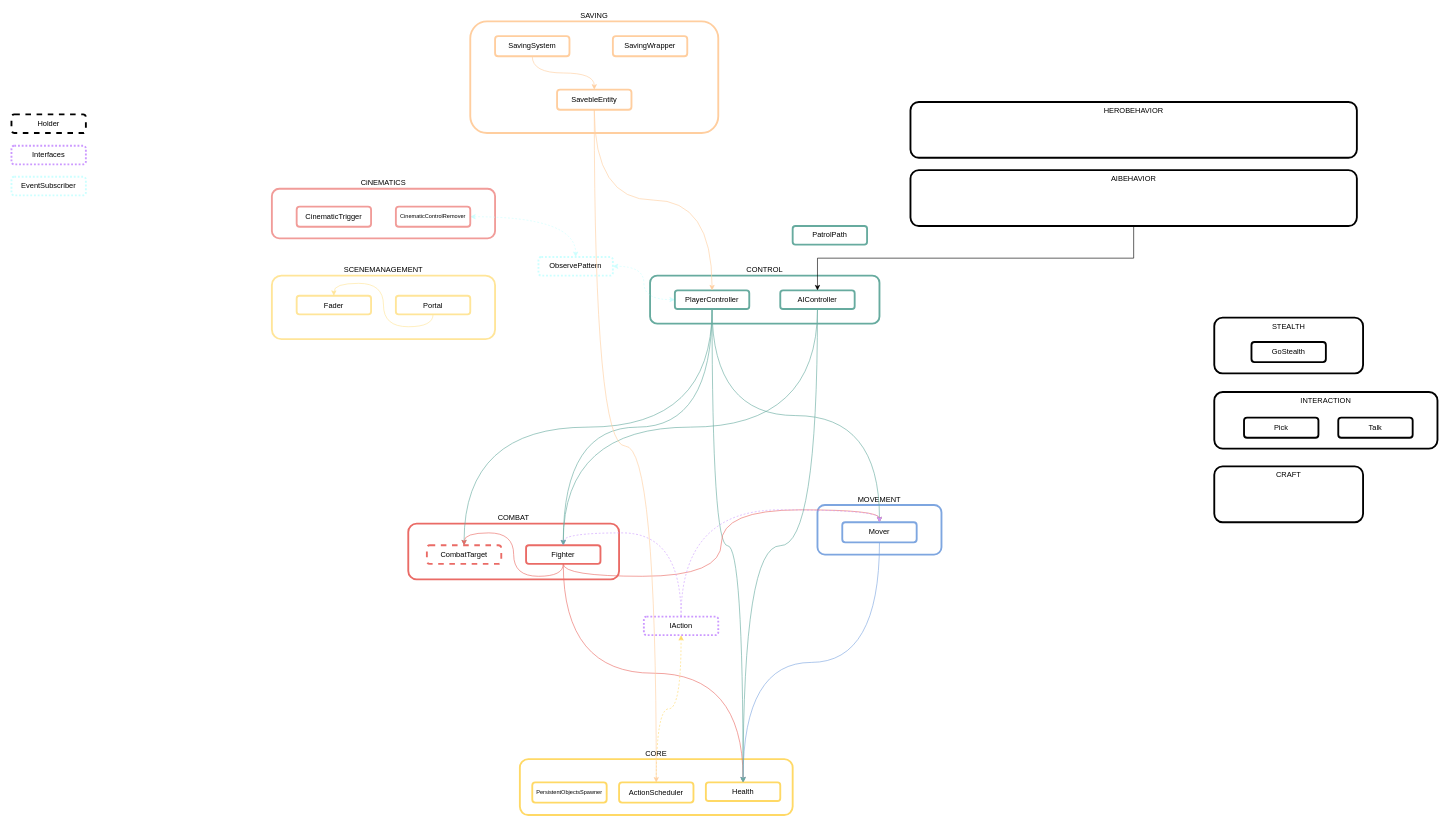
rafaelmmedeiros/Mount-Mortem-Mystery keeps this draw.io diagram as _Docs/Architecture.drawio. Above is the earlier version. Source tidied: cells renumbered, new cells numbered last; positions are measured from the earlier drawing's top-left corner, leaving out a move shared by most shapes. Both pictures are drawn from the tidied source at 62%, with x=0, y=0 at pixel (11, 21).
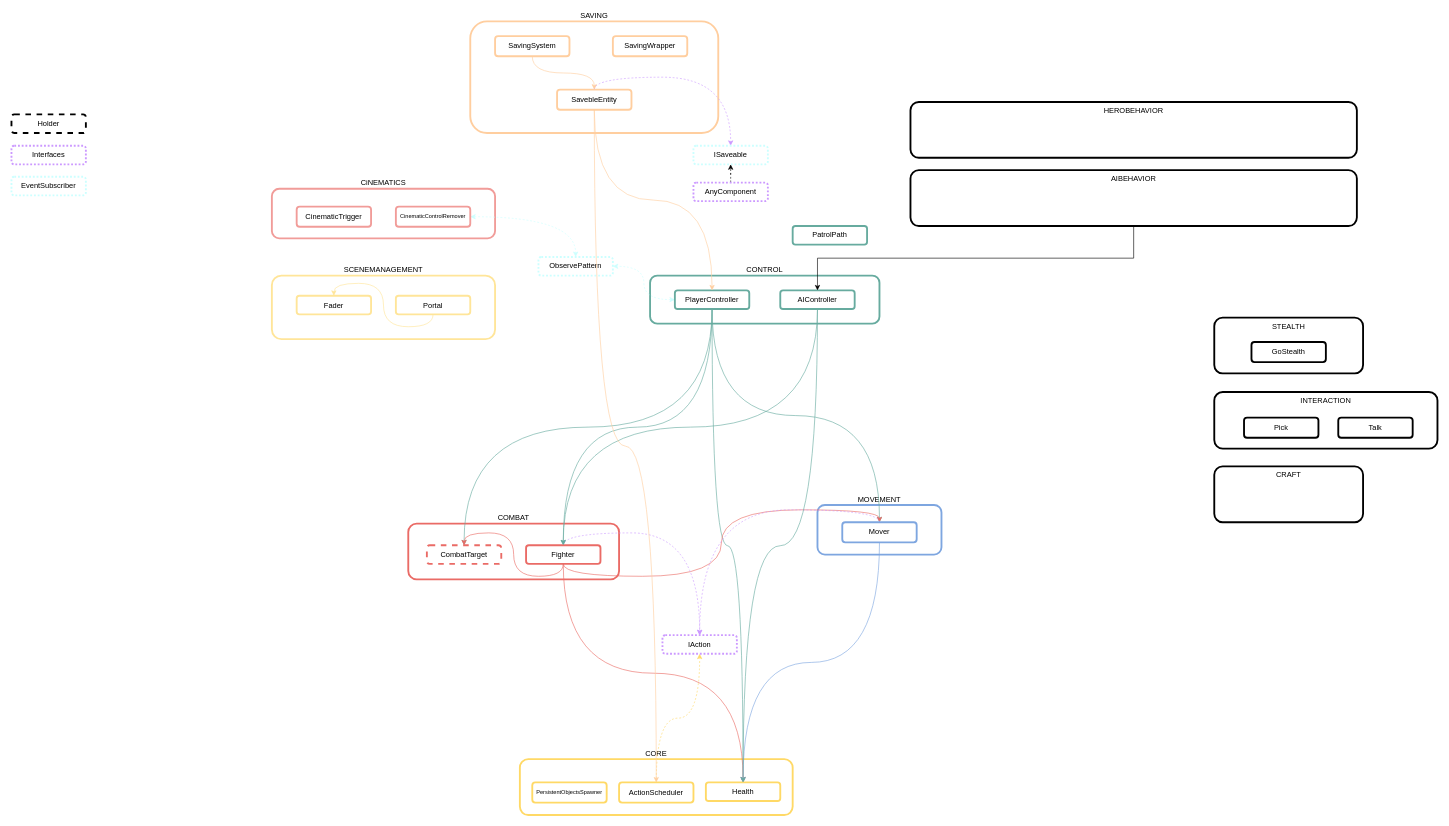
The same diagram, later.

Unchanged cells that the change refers to:
```xml
<mxCell id="16" value="Fighter" style="rounded=1;whiteSpace=wrap;html=1;strokeWidth=3;strokeColor=#EA6B66;" parent="1" vertex="1">
  <mxGeometry x="830" y="845" width="120" height="30" as="geometry" />
</mxCell>
<mxCell id="18" value="Mover" style="rounded=1;whiteSpace=wrap;html=1;strokeWidth=3;strokeColor=#7EA6E0;" parent="1" vertex="1">
  <mxGeometry x="1340" y="807.8" width="120" height="32.5" as="geometry" />
</mxCell>
<mxCell id="56" value="SavebleEntity" style="rounded=1;whiteSpace=wrap;html=1;strokeWidth=3;verticalAlign=middle;strokeColor=#FFCE9F;" parent="1" vertex="1">
  <mxGeometry x="880" y="110" width="120" height="32.5" as="geometry" />
</mxCell>
```

What changed in the source:
```diff
@@
+    <mxCell id="58" style="edgeStyle=orthogonalEdgeStyle;rounded=0;jettySize=auto;html=1;exitX=0.5;exitY=0;exitDx=0;exitDy=0;curved=1;strokeColor=#CC99FF;dashed=1;" parent="1" edge="1" source="16" target="24">
+      <mxGeometry relative="1" as="geometry" />
+    </mxCell>
@@
+    <mxCell id="59" style="edgeStyle=orthogonalEdgeStyle;rounded=0;jettySize=auto;html=1;exitX=0.5;exitY=0;exitDx=0;exitDy=0;curved=1;strokeColor=#CC99FF;dashed=1;" parent="1" edge="1" source="18" target="24">
+      <mxGeometry relative="1" as="geometry" />
+    </mxCell>
@@
-    <mxCell id="22" style="edgeStyle=orthogonalEdgeStyle;curved=1;rounded=0;jettySize=auto;html=1;exitX=0.5;exitY=0;exitDx=0;exitDy=0;entryX=0.5;entryY=0;entryDx=0;entryDy=0;strokeColor=#CC99FF;dashed=1;" parent="1" edge="1" source="24" target="16">
-      <mxGeometry relative="1" as="geometry" />
-    </mxCell>
-    <mxCell id="23" style="edgeStyle=orthogonalEdgeStyle;curved=1;rounded=0;jettySize=auto;html=1;exitX=0.5;exitY=0;exitDx=0;exitDy=0;entryX=0.5;entryY=0;entryDx=0;entryDy=0;strokeColor=#CC99FF;dashed=1;" parent="1" edge="1" source="24" target="18">
-      <mxGeometry relative="1" as="geometry" />
-    </mxCell>
     <mxCell id="24" value="IAction" style="rounded=1;whiteSpace=wrap;html=1;strokeWidth=3;strokeColor=#CC99FF;dashed=1;dashPattern=1 1;" parent="1" vertex="1">
-      <mxGeometry x="1020" y="960" width="120" height="30" as="geometry" />
+      <mxGeometry x="1050" y="990" width="120" height="30" as="geometry" />
     </mxCell>
@@
+    <mxCell id="60" style="edgeStyle=orthogonalEdgeStyle;curved=1;rounded=0;jettySize=auto;html=1;exitX=0.5;exitY=0;exitDx=0;exitDy=0;entryX=0.5;entryY=0;entryDx=0;entryDy=0;dashed=1;strokeColor=#CC99FF;" parent="1" edge="1" source="56" target="61">
+      <mxGeometry relative="1" as="geometry" />
+    </mxCell>
@@
+    <mxCell id="61" value="ISaveable" style="rounded=1;whiteSpace=wrap;html=1;strokeWidth=3;dashed=1;dashPattern=1 1;strokeColor=#CCFFFF;" parent="1" vertex="1">
+      <mxGeometry x="1100" y="200.6" width="120" height="30" as="geometry" />
+    </mxCell>
+    <mxCell id="62" style="edgeStyle=orthogonalEdgeStyle;curved=1;rounded=0;jettySize=auto;html=1;exitX=0.5;exitY=0;exitDx=0;exitDy=0;dashed=1;" parent="1" edge="1" source="63" target="61">
+      <mxGeometry relative="1" as="geometry" />
+    </mxCell>
+    <mxCell id="63" value="AnyComponent" style="rounded=1;whiteSpace=wrap;html=1;strokeWidth=3;dashed=1;dashPattern=1 1;strokeColor=#CC99FF;" parent="1" vertex="1">
+      <mxGeometry x="1100" y="260" width="120" height="30" as="geometry" />
+    </mxCell>
```
